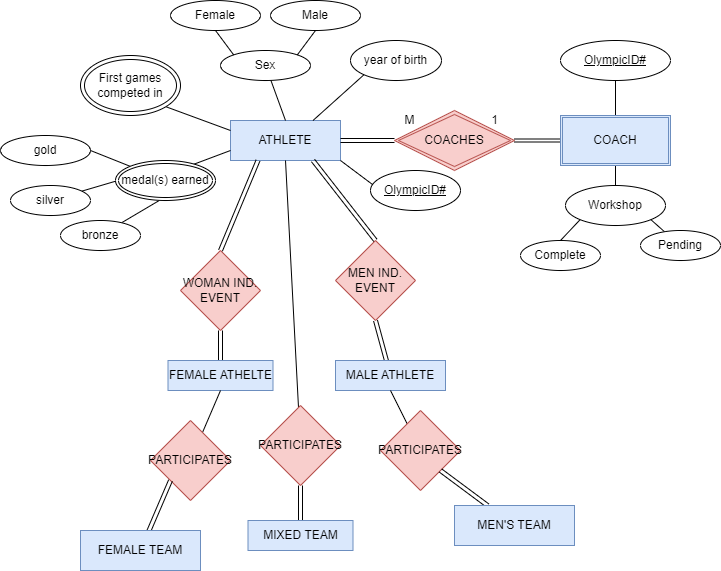
The draw.io diagram ER diagram A4.drawio.png in Alphamale42/Data-modelling, before a commit. Source tidied: cells renumbered, new cells last; positions are measured from the earlier drawing's top-left corner, leaving out a move shared by most shapes.
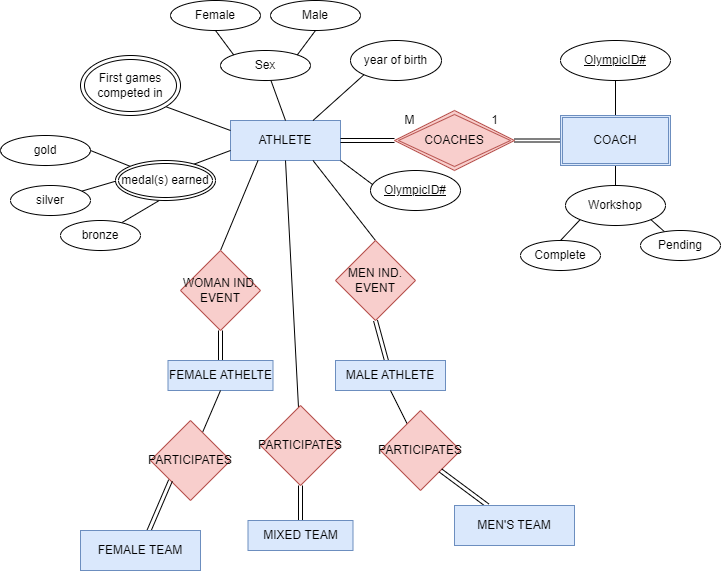
The same diagram one commit later.

What changed in the source:
```diff
@@ -77,13 +77,13 @@
     <mxCell id="26" value="year of birth" style="ellipse;whiteSpace=wrap;html=1;" parent="1" vertex="1">
       <mxGeometry x="350" y="40" width="91" height="40" as="geometry" />
     </mxCell>
-    <mxCell id="27" style="endArrow=none;html=1;rounded=0;exitX=0.25;exitY=1;exitDx=0;exitDy=0;entryX=0.5;entryY=0;entryDx=0;entryDy=0;shape=link;" parent="1" edge="1" source="2" target="28">
+    <mxCell id="27" style="endArrow=none;html=1;rounded=0;exitX=0.25;exitY=1;exitDx=0;exitDy=0;entryX=0.5;entryY=0;entryDx=0;entryDy=0;" parent="1" edge="1" source="2" target="28">
       <mxGeometry relative="1" as="geometry" />
     </mxCell>
     <mxCell id="28" value="WOMAN IND. EVENT" style="rhombus;whiteSpace=wrap;html=1;fillColor=#f8cecc;strokeColor=#b85450;" parent="1" vertex="1">
       <mxGeometry x="180" y="250" width="80" height="80" as="geometry" />
     </mxCell>
-    <mxCell id="29" style="endArrow=none;html=1;rounded=0;exitX=0.75;exitY=1;exitDx=0;exitDy=0;entryX=0.5;entryY=0;entryDx=0;entryDy=0;shape=link;" parent="1" edge="1" source="2" target="30">
+    <mxCell id="29" style="endArrow=none;html=1;rounded=0;exitX=0.75;exitY=1;exitDx=0;exitDy=0;entryX=0.5;entryY=0;entryDx=0;entryDy=0;" parent="1" edge="1" source="2" target="30">
       <mxGeometry relative="1" as="geometry" />
     </mxCell>
     <mxCell id="30" value="MEN IND. EVENT" style="rhombus;whiteSpace=wrap;html=1;fillColor=#f8cecc;strokeColor=#b85450;" parent="1" vertex="1">
```
